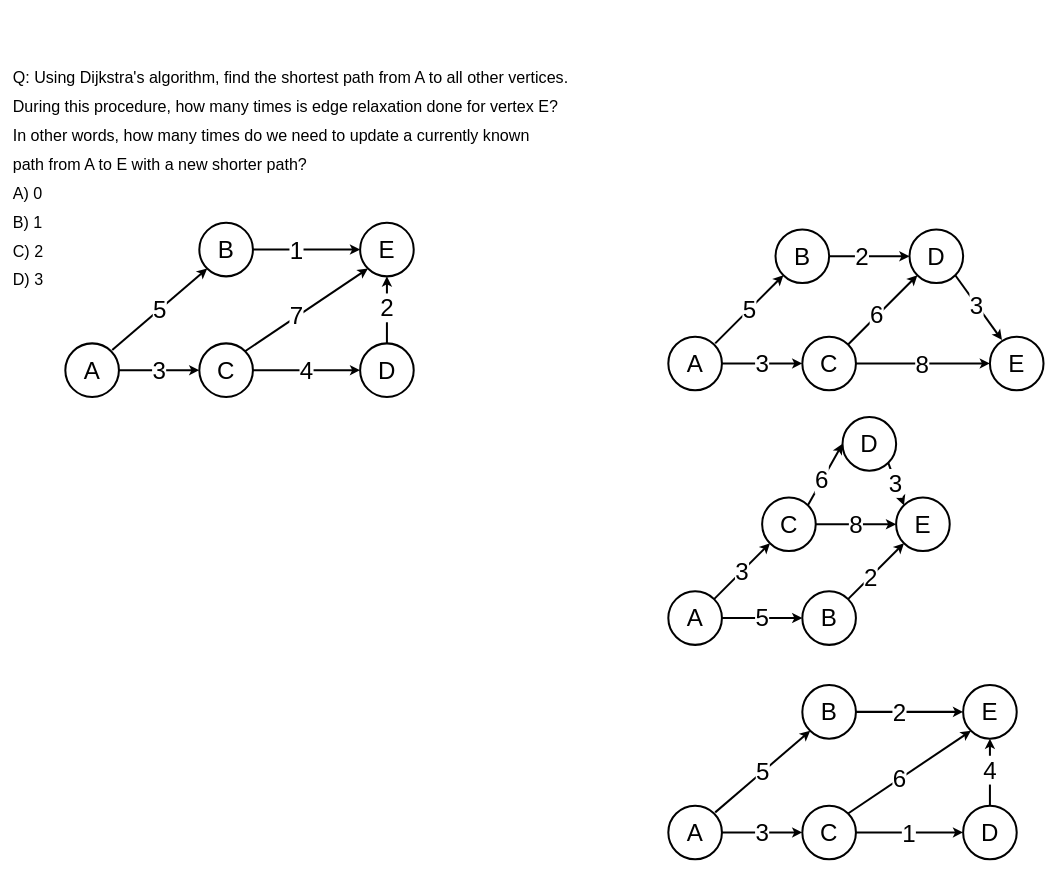
This is comp2521-rev-dikjstra-q.drawio from Allynixtor/comp1511-23T3-revision-session, a draw.io file, before an edit. Source tidied: cells renumbered, new cells numbered last; positions are measured from the earlier drawing's top-left corner, leaving out a move shared by most shapes. Both pictures are drawn from the tidied source at 67%, with x=0, y=0 at pixel (11, 55).
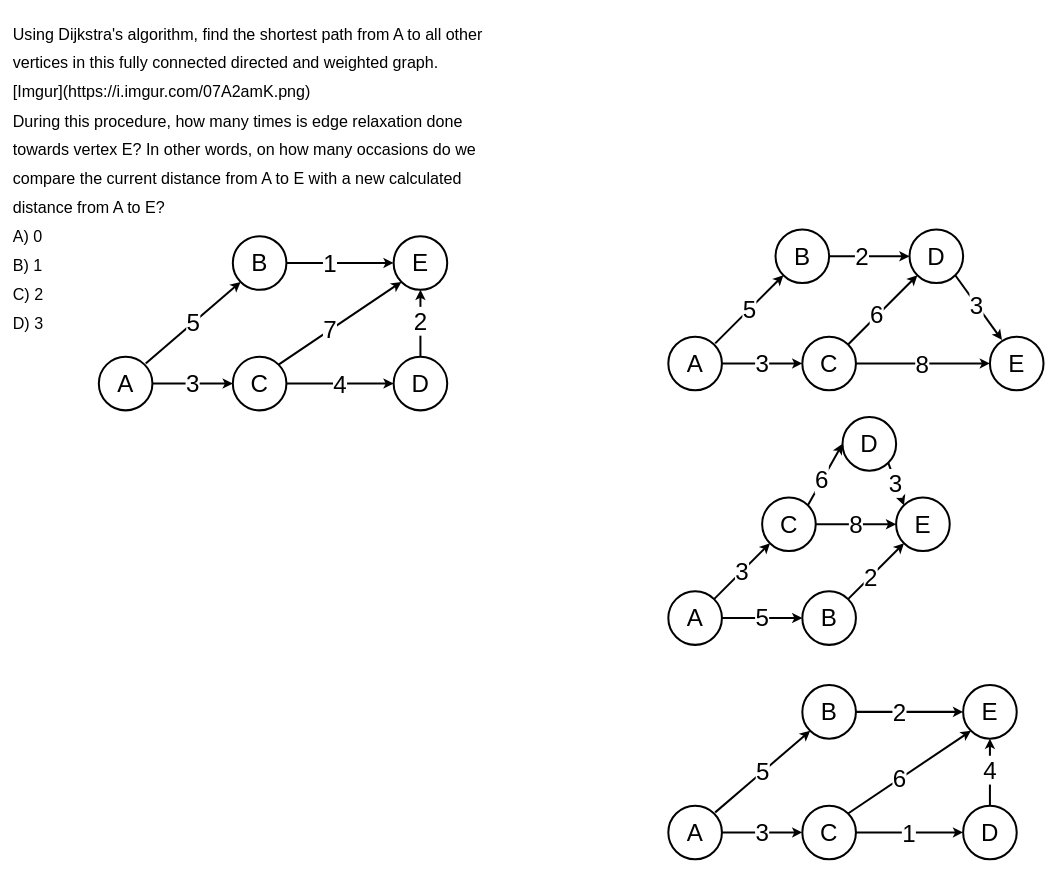
The same diagram, later.

Commit message:
Update problem statement

Change to the diagram source:
```diff
@@
-    <mxCell id="12" value="&lt;div align=&quot;left&quot;&gt;&lt;font style=&quot;font-size: 24px;&quot;&gt;Q: Using Dijkstra's algorithm, f&lt;/font&gt;&lt;font style=&quot;font-size: 24px;&quot;&gt;ind the shortest path from A to all other vertices.&lt;/font&gt;&lt;/div&gt;&lt;div align=&quot;left&quot;&gt;&lt;font style=&quot;font-size: 24px;&quot;&gt;During this procedure, how many times is edge relaxation done for vertex E?&lt;br&gt;&lt;/font&gt;&lt;/div&gt;&lt;div align=&quot;left&quot;&gt;&lt;font style=&quot;font-size: 24px;&quot;&gt;In other words, how many times do we need to update a currently known&lt;/font&gt;&lt;/div&gt;&lt;div align=&quot;left&quot;&gt;&lt;font style=&quot;font-size: 24px;&quot;&gt;path from A to E with a new shorter path?&lt;br&gt;&lt;/font&gt;&lt;/div&gt;&lt;div align=&quot;left&quot;&gt;&lt;font style=&quot;font-size: 24px;&quot;&gt;A) 0&lt;/font&gt;&lt;/div&gt;&lt;div align=&quot;left&quot;&gt;&lt;font style=&quot;font-size: 24px;&quot;&gt;B) 1&lt;/font&gt;&lt;/div&gt;&lt;div align=&quot;left&quot;&gt;&lt;font style=&quot;font-size: 24px;&quot;&gt;C) 2&lt;/font&gt;&lt;/div&gt;&lt;div align=&quot;left&quot;&gt;&lt;font style=&quot;font-size: 24px;&quot;&gt;D) 3&lt;br&gt;&lt;/font&gt;&lt;/div&gt;" style="text;html=1;align=left;verticalAlign=middle;strokeColor=none;fillColor=none;fontSize=36;" parent="1" vertex="1">
-      <mxGeometry width="860" height="360" as="geometry" />
+    <mxCell id="12" value="&lt;div&gt;&lt;font style=&quot;font-size: 24px;&quot;&gt;Using Dijkstra's algorithm, find the shortest path from A to all other&lt;/font&gt;&lt;/div&gt;&lt;div&gt;&lt;font style=&quot;font-size: 24px;&quot;&gt;vertices in this fully connected directed and weighted graph.&lt;/font&gt;&lt;/div&gt;&lt;font style=&quot;font-size: 24px;&quot;&gt;[Imgur](https://i.imgur.com/07A2amK.png)&lt;br&gt;&lt;/font&gt;&lt;div&gt;&lt;font style=&quot;font-size: 24px;&quot;&gt;During this procedure, how many times is edge relaxation done&lt;/font&gt;&lt;/div&gt;&lt;div&gt;&lt;font style=&quot;font-size: 24px;&quot;&gt;towards vertex E? In other words, on how many occasions do we&lt;/font&gt;&lt;/div&gt;&lt;div&gt;&lt;font style=&quot;font-size: 24px;&quot;&gt;compare the current distance from A to E with a new calculated&lt;/font&gt;&lt;/div&gt;&lt;div&gt;&lt;font style=&quot;font-size: 24px;&quot;&gt;distance from A to E?&lt;/font&gt;&lt;/div&gt;&lt;font style=&quot;font-size: 24px;&quot;&gt;A) 0&lt;br&gt;B) 1&lt;br&gt;C) 2&lt;br&gt;D) 3&lt;br&gt;&lt;/font&gt;" style="text;html=1;align=left;verticalAlign=middle;strokeColor=none;fillColor=none;fontSize=36;" parent="1" vertex="1">
+      <mxGeometry y="-65" width="730" height="490" as="geometry" />
     </mxCell>
@@
     <mxCell id="48" value="&lt;font style=&quot;font-size: 36px;&quot;&gt;A&lt;/font&gt;" style="ellipse;whiteSpace=wrap;html=1;strokeWidth=3;" parent="1" vertex="1">
-      <mxGeometry x="80" y="430" width="80" height="80" as="geometry" />
+      <mxGeometry x="130" y="450" width="80" height="80" as="geometry" />
     </mxCell>
     <mxCell id="49" value="&lt;font style=&quot;font-size: 36px;&quot;&gt;B&lt;/font&gt;" style="ellipse;whiteSpace=wrap;html=1;strokeWidth=3;" parent="1" vertex="1">
-      <mxGeometry x="280" y="250" width="80" height="80" as="geometry" />
+      <mxGeometry x="330" y="270" width="80" height="80" as="geometry" />
     </mxCell>
     <mxCell id="50" value="&lt;font style=&quot;font-size: 36px;&quot;&gt;E&lt;/font&gt;" style="ellipse;whiteSpace=wrap;html=1;strokeWidth=3;" parent="1" vertex="1">
-      <mxGeometry x="520" y="250" width="80" height="80" as="geometry" />
+      <mxGeometry x="570" y="270" width="80" height="80" as="geometry" />
     </mxCell>
     <mxCell id="51" value="&lt;div&gt;&lt;font style=&quot;font-size: 36px;&quot;&gt;C&lt;/font&gt;&lt;/div&gt;" style="ellipse;whiteSpace=wrap;html=1;strokeWidth=3;" parent="1" vertex="1">
-      <mxGeometry x="280" y="430" width="80" height="80" as="geometry" />
+      <mxGeometry x="330" y="450" width="80" height="80" as="geometry" />
     </mxCell>
     <mxCell id="52" value="5" style="endArrow=classic;html=1;rounded=0;fontSize=36;entryX=0;entryY=1;entryDx=0;entryDy=0;strokeWidth=3;" parent="1" edge="1" target="49">
       <mxGeometry relative="1" as="geometry">
-        <mxPoint x="150" y="440" as="sourcePoint" />
+        <mxPoint x="200" y="460" as="sourcePoint" />
       </mxGeometry>
     </mxCell>
@@
     <mxCell id="58" value="&lt;font style=&quot;font-size: 36px;&quot;&gt;D&lt;/font&gt;" style="ellipse;whiteSpace=wrap;html=1;strokeWidth=3;" parent="1" vertex="1">
-      <mxGeometry x="520" y="430" width="80" height="80" as="geometry" />
+      <mxGeometry x="570" y="450" width="80" height="80" as="geometry" />
     </mxCell>
```
